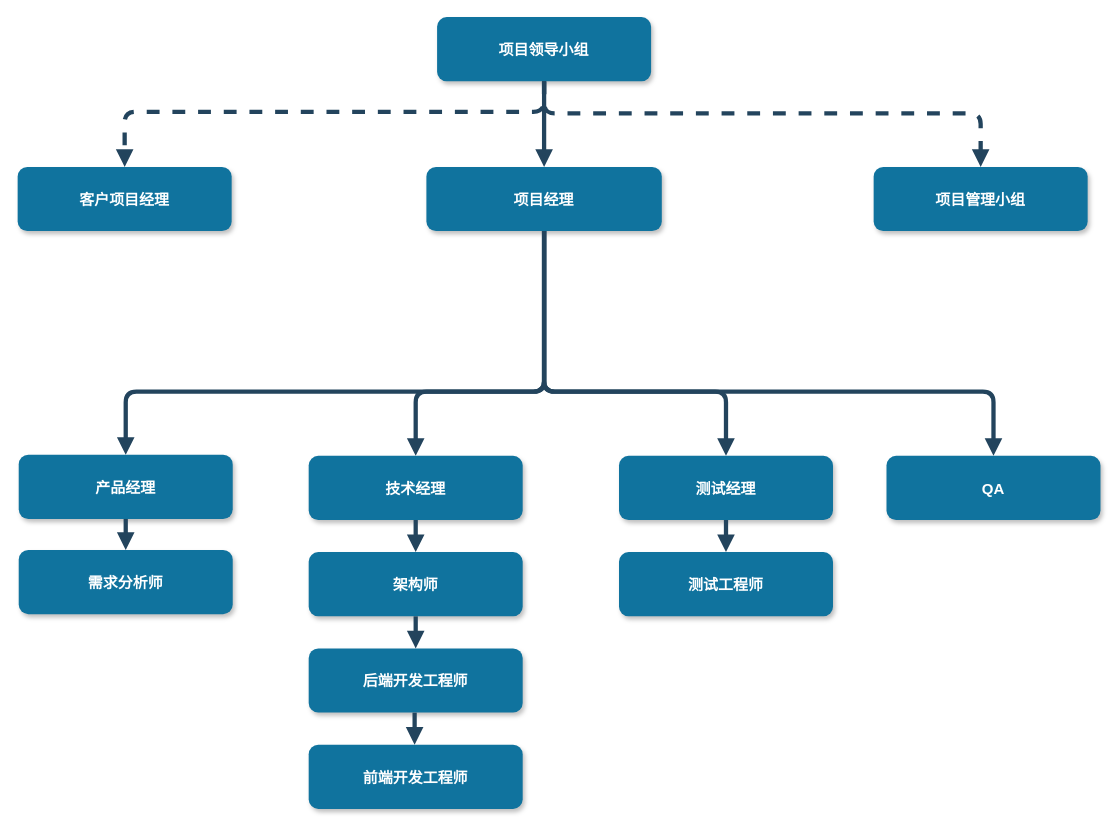
This is page "组织架构" (1 of 3) of 流程管理项目组织架构.drawio from warmsheep/my-example, a draw.io file, before an edit. Source tidied: cells renumbered, new cells numbered last; positions are measured from the earlier drawing's top-left corner, leaving out a move shared by most shapes. Both pictures are drawn from the tidied source at 107%, with x=0, y=0 at pixel (17, 17).
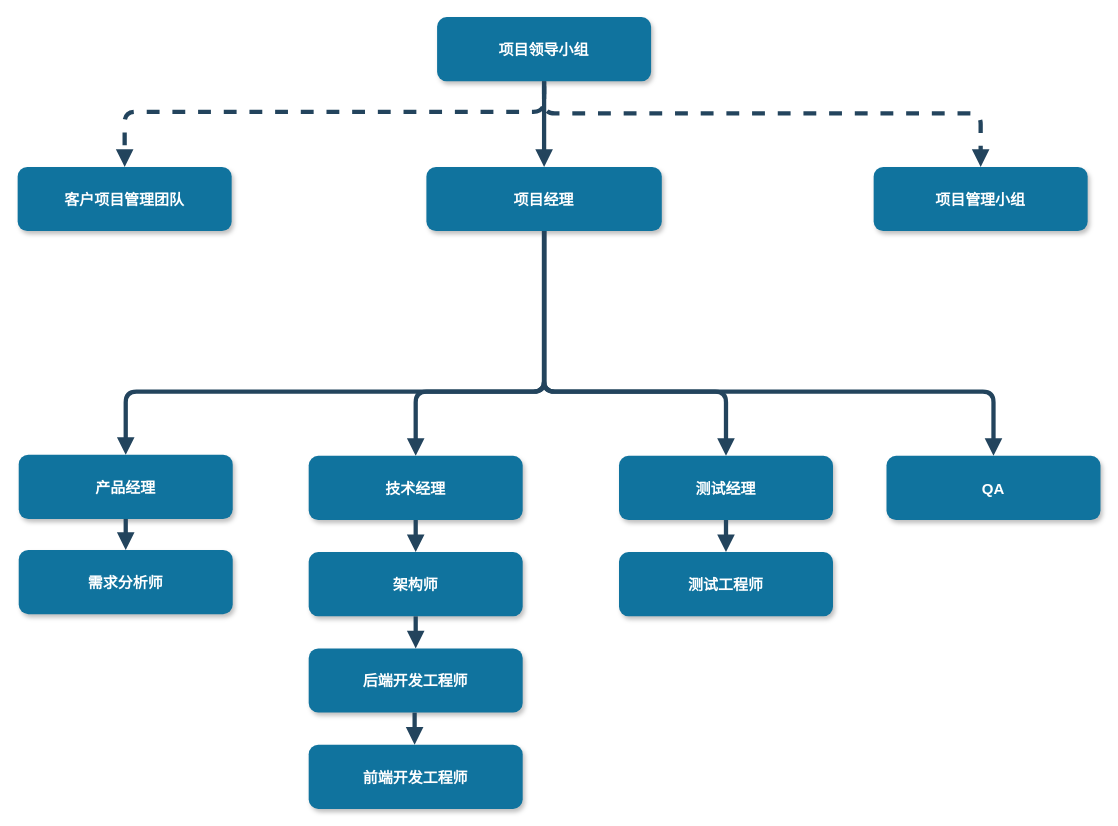
Above is the later version.

Unchanged cells that the change refers to:
```xml
<mxCell id="2" value="项目领导小组" style="rounded=1;fillColor=#10739E;strokeColor=none;shadow=1;gradientColor=none;fontStyle=1;fontColor=#FFFFFF;fontSize=14;" parent="1" vertex="1">
  <mxGeometry x="392" y="-0.5" width="200" height="60" as="geometry" />
</mxCell>
<mxCell id="4" value="项目管理小组" style="rounded=1;fillColor=#10739E;strokeColor=none;shadow=1;gradientColor=none;fontStyle=1;fontColor=#FFFFFF;fontSize=14;" parent="1" vertex="1">
  <mxGeometry x="800" y="139.5" width="200" height="60" as="geometry" />
</mxCell>
```

The edit, as a diff of the source:
```diff
@@
-    <mxCell id="14" style="edgeStyle=elbowEdgeStyle;elbow=vertical;strokeWidth=4;endArrow=block;endFill=1;fontStyle=1;dashed=1;strokeColor=#23445D;" parent="1" edge="1" source="2" target="4">
+    <mxCell id="14" style="edgeStyle=elbowEdgeStyle;elbow=vertical;strokeWidth=4;endArrow=block;endFill=1;fontStyle=1;dashed=1;strokeColor=#23445D;" parent="1" edge="1" target="4">
       <mxGeometry x="22" y="165.5" as="geometry">
+        <mxPoint x="492" y="64" as="sourcePoint" />
         <Array as="points">
           <mxPoint x="782" y="89.5" />
         </Array>
       </mxGeometry>
     </mxCell>
@@
-    <mxCell id="26" value="客户项目经理" style="rounded=1;fillColor=#10739E;strokeColor=none;shadow=1;gradientColor=none;fontStyle=1;fontColor=#FFFFFF;fontSize=14;" parent="1" vertex="1">
+    <mxCell id="26" value="客户项目管理团队" style="rounded=1;fillColor=#10739E;strokeColor=none;shadow=1;gradientColor=none;fontStyle=1;fontColor=#FFFFFF;fontSize=14;" parent="1" vertex="1">
       <mxGeometry y="139.5" width="200" height="60" as="geometry" />
     </mxCell>
```
